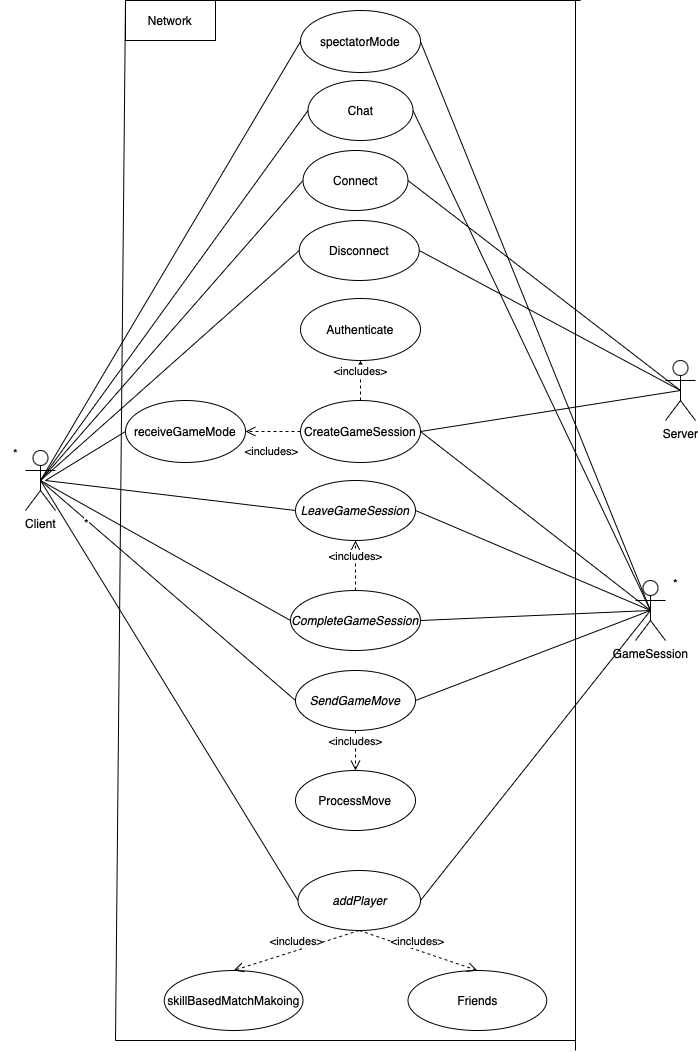
Before: docs/diagrams/NetworkingUseCaseDiagram.png, a diagram exported from draw.io (marinara782/OMG-Multiplayer-Project). Source tidied: cells renumbered, new cells last; positions are measured from the earlier drawing's top-left corner, leaving out a move shared by most shapes.
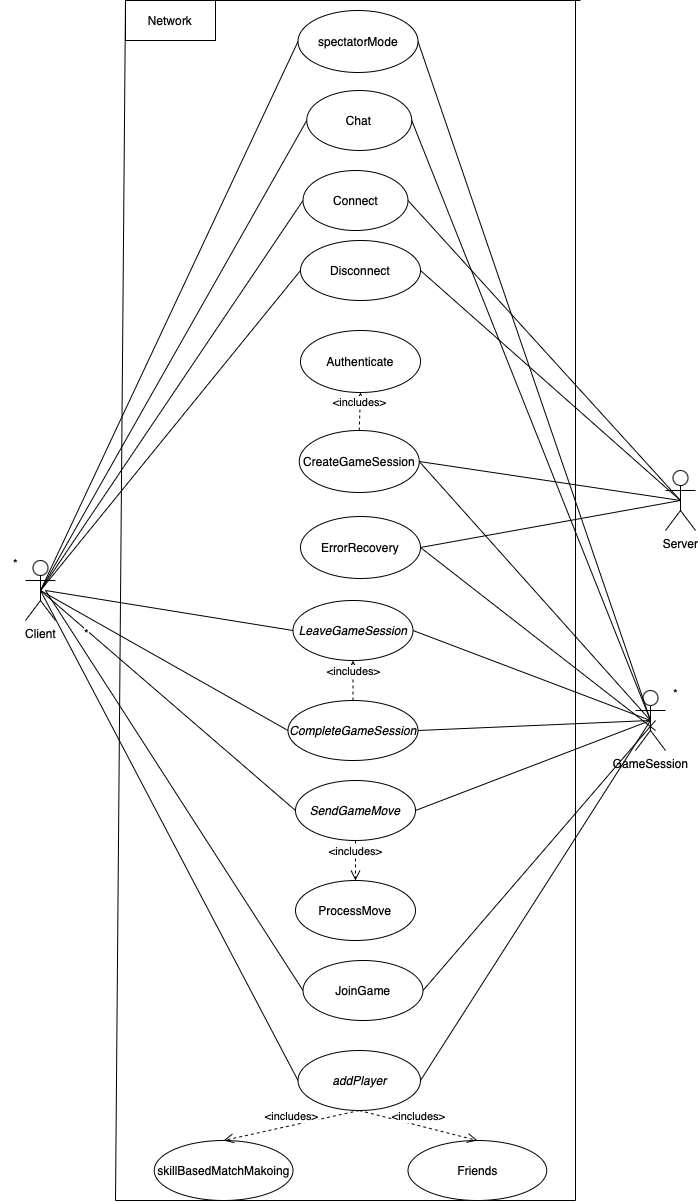
Later version of the same file.

Commit message:
networking usecase diagram updated

The edit, as a diff of the source:
```diff
@@ -12,10 +12,10 @@
       <mxGeometry x="635" y="580" width="30" height="60" as="geometry" />
     </mxCell>
     <mxCell id="5" value="Connect" style="ellipse;whiteSpace=wrap;html=1;" parent="1" vertex="1">
-      <mxGeometry x="302.5" y="150" width="105" height="60" as="geometry" />
+      <mxGeometry x="302.5" y="60" width="105" height="60" as="geometry" />
     </mxCell>
     <mxCell id="6" value="Disconnect" style="ellipse;whiteSpace=wrap;html=1;" parent="1" vertex="1">
-      <mxGeometry x="298.8" y="220" width="120" height="60" as="geometry" />
+      <mxGeometry x="300" y="130" width="120" height="60" as="geometry" />
     </mxCell>
     <mxCell id="7" style="endArrow=none;html=1;rounded=0;exitX=0.5;exitY=0.5;exitDx=0;exitDy=0;exitPerimeter=0;entryX=0;entryY=0.5;entryDx=0;entryDy=0;" parent="1" edge="1" source="2" target="5">
       <mxGeometry relative="1" as="geometry" />
@@ -44,7 +44,7 @@
       <mxGeometry relative="1" as="geometry" />
     </mxCell>
     <mxCell id="15" value="CreateGameSession" style="ellipse;whiteSpace=wrap;html=1;" parent="1" vertex="1">
-      <mxGeometry x="300" y="400" width="120" height="62" as="geometry" />
+      <mxGeometry x="298.8" y="320" width="120" height="62" as="geometry" />
     </mxCell>
     <mxCell id="16" style="endArrow=none;html=1;rounded=0;entryX=0.5;entryY=0.5;entryDx=0;entryDy=0;entryPerimeter=0;exitX=1;exitY=0.5;exitDx=0;exitDy=0;" parent="1" edge="1" source="15" target="3">
       <mxGeometry relative="1" as="geometry" />
@@ -59,7 +59,7 @@
       <mxGeometry x="660" y="568" width="30" height="30" as="geometry" />
     </mxCell>
     <mxCell id="20" value="&lt;i&gt;addPlayer&lt;/i&gt;" style="ellipse;whiteSpace=wrap;html=1;" parent="1" vertex="1">
-      <mxGeometry x="297.5" y="870" width="122.5" height="60" as="geometry" />
+      <mxGeometry x="297.5" y="940" width="122.5" height="60" as="geometry" />
     </mxCell>
     <mxCell id="21" style="endArrow=none;html=1;rounded=0;entryX=0.5;entryY=0.5;entryDx=0;entryDy=0;entryPerimeter=0;exitX=1;exitY=0.5;exitDx=0;exitDy=0;" parent="1" edge="1" source="20" target="4">
       <mxGeometry relative="1" as="geometry" />
@@ -68,7 +68,7 @@
       <mxGeometry relative="1" as="geometry" />
     </mxCell>
     <mxCell id="23" value="skillBasedMatchMakoing" style="ellipse;whiteSpace=wrap;html=1;" parent="1" vertex="1">
-      <mxGeometry x="163.8" y="970" width="138.8" height="60" as="geometry" />
+      <mxGeometry x="153.8" y="1030" width="138.8" height="60" as="geometry" />
     </mxCell>
     <mxCell id="24" value="ProcessMove" style="ellipse;whiteSpace=wrap;html=1;" parent="1" vertex="1">
       <mxGeometry x="295" y="770" width="120" height="60" as="geometry" />
@@ -78,42 +78,42 @@
     </mxCell>
     <mxCell id="26" style="endArrow=none;html=1;rounded=0;" parent="1" edge="1">
       <mxGeometry relative="1" as="geometry">
-        <mxPoint x="115" y="1040" as="sourcePoint" />
-        <mxPoint x="125" as="targetPoint" />
+        <mxPoint x="115" y="1090" as="sourcePoint" />
+        <mxPoint x="125" y="-110" as="targetPoint" />
       </mxGeometry>
     </mxCell>
     <mxCell id="27" style="endArrow=none;html=1;rounded=0;" parent="1" edge="1">
       <mxGeometry relative="1" as="geometry">
-        <mxPoint x="125" as="sourcePoint" />
-        <mxPoint x="580" as="targetPoint" />
+        <mxPoint x="125" y="-110" as="sourcePoint" />
+        <mxPoint x="580" y="-110" as="targetPoint" />
       </mxGeometry>
     </mxCell>
     <mxCell id="28" style="endArrow=none;html=1;rounded=0;" parent="1" edge="1">
       <mxGeometry relative="1" as="geometry">
-        <mxPoint x="115" y="1040" as="sourcePoint" />
-        <mxPoint x="575" y="1040" as="targetPoint" />
+        <mxPoint x="115" y="1090" as="sourcePoint" />
+        <mxPoint x="575" y="1090" as="targetPoint" />
       </mxGeometry>
     </mxCell>
     <mxCell id="29" style="endArrow=none;html=1;rounded=0;" parent="1" edge="1">
       <mxGeometry relative="1" as="geometry">
-        <mxPoint x="575" y="1050" as="sourcePoint" />
-        <mxPoint x="575" as="targetPoint" />
+        <mxPoint x="575" y="1090" as="sourcePoint" />
+        <mxPoint x="575" y="-110" as="targetPoint" />
       </mxGeometry>
     </mxCell>
     <mxCell id="30" value="Network" style="rounded=0;whiteSpace=wrap;html=1;" parent="1" vertex="1">
-      <mxGeometry x="125" width="90" height="40" as="geometry" />
+      <mxGeometry x="125" y="-110" width="90" height="40" as="geometry" />
     </mxCell>
     <mxCell id="31" value="&amp;lt;includes&amp;gt;" style="html=1;verticalAlign=bottom;endArrow=open;dashed=1;endSize=8;curved=0;rounded=0;entryX=0.5;entryY=0;entryDx=0;entryDy=0;exitX=0.5;exitY=1;exitDx=0;exitDy=0;" parent="1" edge="1" source="20" target="23">
       <mxGeometry relative="1" as="geometry" />
     </mxCell>
     <mxCell id="32" value="Friends" style="ellipse;whiteSpace=wrap;html=1;" parent="1" vertex="1">
-      <mxGeometry x="407.5" y="970" width="138.8" height="60" as="geometry" />
+      <mxGeometry x="407.5" y="1030" width="138.8" height="60" as="geometry" />
     </mxCell>
     <mxCell id="33" value="&amp;lt;includes&amp;gt;" style="html=1;verticalAlign=bottom;endArrow=open;dashed=1;endSize=8;curved=0;rounded=0;exitX=0.5;exitY=1;exitDx=0;exitDy=0;entryX=0.5;entryY=0;entryDx=0;entryDy=0;" parent="1" edge="1" source="20" target="32">
       <mxGeometry relative="1" as="geometry" />
     </mxCell>
     <mxCell id="34" value="Chat" style="ellipse;whiteSpace=wrap;html=1;" parent="1" vertex="1">
-      <mxGeometry x="307.5" y="80" width="105" height="60" as="geometry" />
+      <mxGeometry x="306.2" y="-20" width="105" height="60" as="geometry" />
     </mxCell>
     <mxCell id="35" style="endArrow=none;html=1;rounded=0;entryX=0;entryY=0.5;entryDx=0;entryDy=0;exitX=0.5;exitY=0.5;exitDx=0;exitDy=0;exitPerimeter=0;" parent="1" edge="1" source="2" target="34">
       <mxGeometry relative="1" as="geometry" />
@@ -122,10 +122,10 @@
       <mxGeometry relative="1" as="geometry" />
     </mxCell>
     <mxCell id="37" value="&lt;i&gt;LeaveGameSession&lt;/i&gt;" style="ellipse;whiteSpace=wrap;html=1;" parent="1" vertex="1">
-      <mxGeometry x="295" y="480" width="120" height="60" as="geometry" />
+      <mxGeometry x="292.5" y="490" width="120" height="60" as="geometry" />
     </mxCell>
     <mxCell id="38" value="&lt;i&gt;CompleteGameSession&lt;/i&gt;" style="ellipse;whiteSpace=wrap;html=1;" parent="1" vertex="1">
-      <mxGeometry x="290" y="590" width="130" height="60" as="geometry" />
+      <mxGeometry x="287.5" y="590" width="130" height="60" as="geometry" />
     </mxCell>
     <mxCell id="39" style="endArrow=none;html=1;rounded=0;entryX=0;entryY=0.5;entryDx=0;entryDy=0;" parent="1" edge="1" target="37">
       <mxGeometry relative="1" as="geometry">
@@ -142,7 +142,7 @@
       <mxGeometry relative="1" as="geometry" />
     </mxCell>
     <mxCell id="43" value="Authenticate" style="ellipse;whiteSpace=wrap;html=1;" parent="1" vertex="1">
-      <mxGeometry x="300" y="298" width="120" height="62" as="geometry" />
+      <mxGeometry x="300" y="220" width="120" height="62" as="geometry" />
     </mxCell>
     <mxCell id="44" value="&amp;lt;includes&amp;gt;" style="html=1;verticalAlign=bottom;endArrow=open;dashed=1;endSize=8;curved=0;rounded=0;exitX=0.5;exitY=0;exitDx=0;exitDy=0;entryX=0.5;entryY=1;entryDx=0;entryDy=0;" parent="1" edge="1" source="15" target="43">
       <mxGeometry relative="1" as="geometry" />
@@ -150,19 +150,8 @@
     <mxCell id="45" value="&amp;lt;includes&amp;gt;" style="html=1;verticalAlign=bottom;endArrow=open;dashed=1;endSize=8;curved=0;rounded=0;exitX=0.5;exitY=0;exitDx=0;exitDy=0;entryX=0.5;entryY=1;entryDx=0;entryDy=0;" parent="1" edge="1" source="38" target="37">
       <mxGeometry relative="1" as="geometry" />
     </mxCell>
-    <mxCell id="46" value="receiveGameMode" style="ellipse;whiteSpace=wrap;html=1;" parent="1" vertex="1">
-      <mxGeometry x="125" y="400" width="120" height="62" as="geometry" />
-    </mxCell>
-    <mxCell id="47" value="&amp;lt;includes&amp;gt;" style="html=1;verticalAlign=bottom;endArrow=open;dashed=1;endSize=8;curved=0;rounded=0;exitX=0;exitY=0.5;exitDx=0;exitDy=0;entryX=1;entryY=0.5;entryDx=0;entryDy=0;" parent="1" edge="1" source="15" target="46">
-      <mxGeometry x="0.04" y="29" relative="1" as="geometry" />
-    </mxCell>
-    <mxCell id="48" style="endArrow=none;html=1;rounded=0;entryX=0;entryY=0.5;entryDx=0;entryDy=0;" parent="1" edge="1" target="46">
-      <mxGeometry relative="1" as="geometry">
-        <mxPoint x="45" y="480" as="sourcePoint" />
-      </mxGeometry>
-    </mxCell>
     <mxCell id="49" value="spectatorMode" style="ellipse;whiteSpace=wrap;html=1;" parent="1" vertex="1">
-      <mxGeometry x="300" y="10" width="120" height="62" as="geometry" />
+      <mxGeometry x="297.5" y="-100" width="120" height="62" as="geometry" />
     </mxCell>
     <mxCell id="50" style="endArrow=none;html=1;rounded=0;exitX=0.5;exitY=0.5;exitDx=0;exitDy=0;exitPerimeter=0;entryX=0;entryY=0.5;entryDx=0;entryDy=0;" parent="1" edge="1" source="2" target="49">
       <mxGeometry relative="1" as="geometry" />
@@ -170,5 +159,29 @@
     <mxCell id="51" style="endArrow=none;html=1;rounded=0;entryX=1;entryY=0.5;entryDx=0;entryDy=0;exitX=0.5;exitY=0.5;exitDx=0;exitDy=0;exitPerimeter=0;" parent="1" edge="1" source="4" target="49">
       <mxGeometry relative="1" as="geometry" />
     </mxCell>
+    <mxCell id="52" value="JoinGame" style="ellipse;whiteSpace=wrap;html=1;" parent="1" vertex="1">
+      <mxGeometry x="302.5" y="850" width="120" height="60" as="geometry" />
+    </mxCell>
+    <mxCell id="53" style="endArrow=none;html=1;rounded=0;exitX=0;exitY=0.5;exitDx=0;exitDy=0;" parent="1" edge="1" source="52">
+      <mxGeometry relative="1" as="geometry">
+        <mxPoint x="45" y="480" as="targetPoint" />
+      </mxGeometry>
+    </mxCell>
+    <mxCell id="54" style="endArrow=none;html=1;rounded=0;exitX=1;exitY=0.5;exitDx=0;exitDy=0;" parent="1" edge="1" source="52">
+      <mxGeometry relative="1" as="geometry">
+        <mxPoint x="655" y="610" as="targetPoint" />
+      </mxGeometry>
+    </mxCell>
+    <mxCell id="55" value="ErrorRecovery" style="ellipse;whiteSpace=wrap;html=1;" parent="1" vertex="1">
+      <mxGeometry x="300" y="406" width="120" height="62" as="geometry" />
+    </mxCell>
+    <mxCell id="56" style="endArrow=none;html=1;rounded=0;entryX=0.5;entryY=0.5;entryDx=0;entryDy=0;entryPerimeter=0;exitX=1;exitY=0.5;exitDx=0;exitDy=0;" parent="1" edge="1" source="55" target="3">
+      <mxGeometry relative="1" as="geometry" />
+    </mxCell>
+    <mxCell id="57" style="endArrow=none;html=1;rounded=0;entryX=1;entryY=0.5;entryDx=0;entryDy=0;" parent="1" edge="1" target="55">
+      <mxGeometry relative="1" as="geometry">
+        <mxPoint x="655" y="620" as="sourcePoint" />
+      </mxGeometry>
+    </mxCell>
   </root>
 </mxGraphModel>
```
